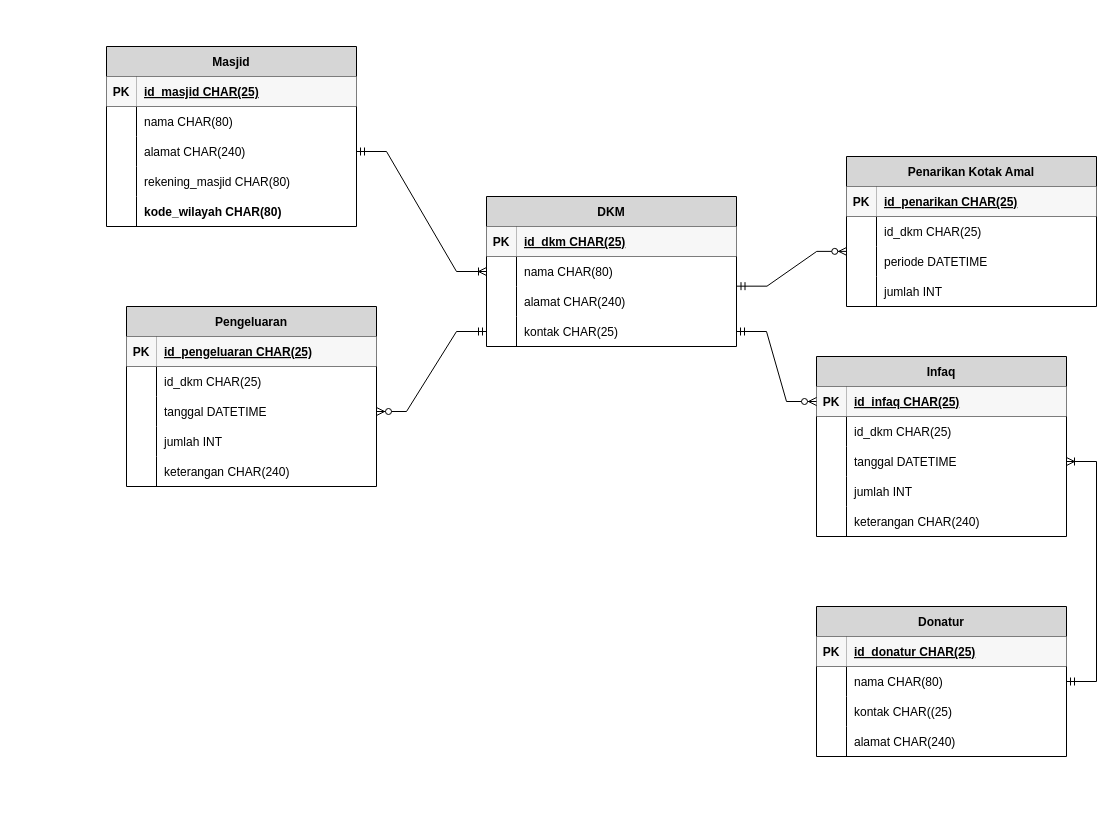
The draw.io diagram pertemuan3/ERD.drawio in rifkymaulana6/IF214002, before the edit. Source tidied: cells renumbered, new cells numbered last; positions are measured from the earlier drawing's top-left corner, leaving out a move shared by most shapes. Both pictures are drawn from the tidied source at 100%, with x=0, y=0 at pixel (106, 46).
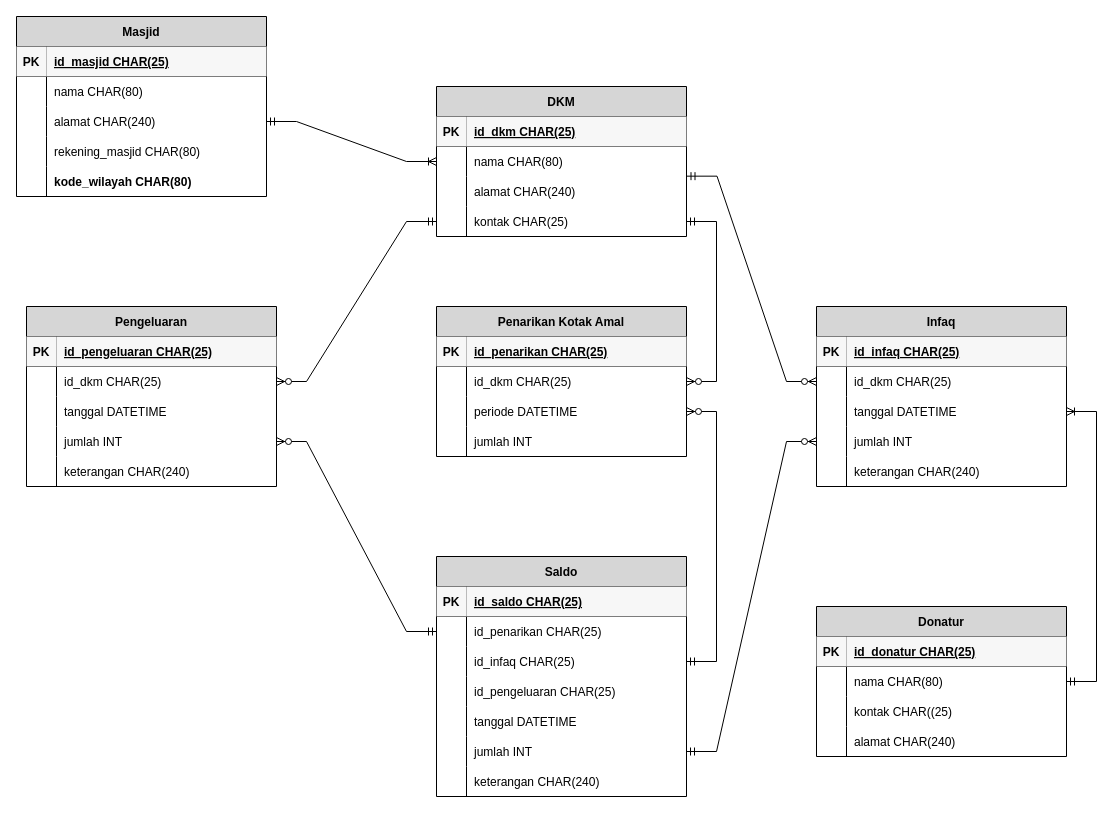
The same page after the edit.

Unchanged cells that the change refers to:
```xml
<mxCell id="25" style="shape=partialRectangle;fillColor=none;points=[[0,0.5],[1,0.5]];portConstraint=eastwest;top=0;left=0;right=0;bottom=0;" parent="18" vertex="1">
  <mxGeometry y="90" width="250" height="30" as="geometry" />
</mxCell>
<mxCell id="28" style="shape=partialRectangle;fillColor=none;points=[[0,0.5],[1,0.5]];portConstraint=eastwest;top=0;left=0;right=0;bottom=0;" parent="18" vertex="1">
  <mxGeometry y="120" width="250" height="30" as="geometry" />
</mxCell>
<mxCell id="36" style="shape=partialRectangle;fillColor=none;points=[[0,0.5],[1,0.5]];portConstraint=eastwest;top=0;left=0;right=0;bottom=0;" parent="32" vertex="1">
  <mxGeometry y="60" width="250" height="30" as="geometry" />
</mxCell>
<mxCell id="39" style="shape=partialRectangle;fillColor=none;points=[[0,0.5],[1,0.5]];portConstraint=eastwest;top=0;left=0;right=0;bottom=0;" parent="32" vertex="1">
  <mxGeometry y="90" width="250" height="30" as="geometry" />
</mxCell>
<mxCell id="47" style="shape=partialRectangle;fillColor=none;points=[[0,0.5],[1,0.5]];portConstraint=eastwest;top=0;left=0;right=0;bottom=1;" parent="46" vertex="1">
  <mxGeometry y="30" width="250" height="30" as="geometry" />
</mxCell>
<mxCell id="50" style="shape=partialRectangle;fillColor=none;points=[[0,0.5],[1,0.5]];portConstraint=eastwest;top=0;left=0;right=0;bottom=0;" parent="46" vertex="1">
  <mxGeometry y="60" width="250" height="30" as="geometry" />
</mxCell>
<mxCell id="56" style="shape=partialRectangle;fillColor=none;points=[[0,0.5],[1,0.5]];portConstraint=eastwest;top=0;left=0;right=0;bottom=0;" parent="46" vertex="1">
  <mxGeometry y="120" width="250" height="30" as="geometry" />
</mxCell>
<mxCell id="81" style="shape=partialRectangle;fillColor=none;points=[[0,0.5],[1,0.5]];portConstraint=eastwest;top=0;left=0;right=0;bottom=0;" parent="77" vertex="1">
  <mxGeometry y="60" width="250" height="30" as="geometry" />
</mxCell>
<mxCell id="84" style="shape=partialRectangle;fillColor=none;points=[[0,0.5],[1,0.5]];portConstraint=eastwest;top=0;left=0;right=0;bottom=0;" parent="77" vertex="1">
  <mxGeometry y="90" width="250" height="30" as="geometry" />
</mxCell>
<mxCell id="87" style="shape=partialRectangle;fillColor=none;points=[[0,0.5],[1,0.5]];portConstraint=eastwest;top=0;left=0;right=0;bottom=0;" parent="77" vertex="1">
  <mxGeometry y="120" width="250" height="30" as="geometry" />
</mxCell>
```

What changed in the source:
```diff
@@
     <mxCell id="2" value="Masjid" style="shape=table;startSize=30;childLayout=tableLayout;rowLines=0;fontStyle=1;align=center;fillColor=#D6D6D6;" parent="1" vertex="1">
-      <mxGeometry width="250" height="180" as="geometry" />
+      <mxGeometry x="-90" y="-30" width="250" height="180" as="geometry" />
     </mxCell>
@@
     <mxCell id="18" value="DKM" style="shape=table;startSize=30;childLayout=tableLayout;rowLines=0;fontStyle=1;align=center;fillColor=#D6D6D6;" parent="1" vertex="1">
-      <mxGeometry x="380" y="150" width="250" height="150" as="geometry" />
+      <mxGeometry x="330" y="40" width="250" height="150" as="geometry" />
     </mxCell>
@@
     <mxCell id="32" value="Penarikan Kotak Amal" style="shape=table;startSize=30;childLayout=tableLayout;rowLines=0;fontStyle=1;align=center;fillColor=#D6D6D6;" parent="1" vertex="1">
-      <mxGeometry x="740" y="110" width="250" height="150" as="geometry" />
+      <mxGeometry x="330" y="260" width="250" height="150" as="geometry" />
     </mxCell>
@@
-    <mxCell id="45" style="edgeStyle=entityRelationEdgeStyle;fontSize=12;html=1;endArrow=ERzeroToMany;startArrow=ERmandOne;rounded=0;entryX=0.001;entryY=1.163;entryDx=0;entryDy=0;entryPerimeter=0;exitX=1.002;exitY=-0.011;exitDx=0;exitDy=0;exitPerimeter=0;" parent="1" edge="1" source="25" target="36">
+    <mxCell id="45" style="edgeStyle=entityRelationEdgeStyle;fontSize=12;html=1;endArrow=ERzeroToMany;startArrow=ERmandOne;rounded=0;exitX=1.002;exitY=-0.011;exitDx=0;exitDy=0;exitPerimeter=0;entryX=0;entryY=0.5;entryDx=0;entryDy=0;" parent="1" edge="1" source="25" target="50">
       <mxGeometry relative="1" as="geometry" />
     </mxCell>
     <mxCell id="46" value="Infaq" style="shape=table;startSize=30;childLayout=tableLayout;rowLines=0;fontStyle=1;align=center;fillColor=#D6D6D6;" parent="1" vertex="1">
-      <mxGeometry x="710" y="310" width="250" height="180" as="geometry" />
+      <mxGeometry x="710" y="260" width="250" height="180" as="geometry" />
     </mxCell>
@@
-    <mxCell id="62" style="edgeStyle=entityRelationEdgeStyle;fontSize=12;html=1;endArrow=ERzeroToMany;startArrow=ERmandOne;rounded=0;entryX=0;entryY=0.5;entryDx=0;entryDy=0;exitX=1;exitY=0.5;exitDx=0;exitDy=0;" parent="1" edge="1" source="28" target="47">
+    <mxCell id="62" style="edgeStyle=entityRelationEdgeStyle;fontSize=12;html=1;endArrow=ERzeroToMany;startArrow=ERmandOne;rounded=0;entryX=1;entryY=0.5;entryDx=0;entryDy=0;exitX=1;exitY=0.5;exitDx=0;exitDy=0;" parent="1" edge="1" source="28" target="36">
       <mxGeometry relative="1" as="geometry" />
     </mxCell>
@@
     <mxCell id="77" value="Pengeluaran" style="shape=table;startSize=30;childLayout=tableLayout;rowLines=0;fontStyle=1;align=center;fillColor=#D6D6D6;" parent="1" vertex="1">
-      <mxGeometry x="20" y="260" width="250" height="180" as="geometry" />
+      <mxGeometry x="-80" y="260" width="250" height="180" as="geometry" />
     </mxCell>
@@
-    <mxCell id="93" style="edgeStyle=entityRelationEdgeStyle;fontSize=12;html=1;endArrow=ERzeroToMany;startArrow=ERmandOne;rounded=0;entryX=1;entryY=0.5;entryDx=0;entryDy=0;exitX=0;exitY=0.5;exitDx=0;exitDy=0;" parent="1" edge="1" source="28" target="84">
+    <mxCell id="93" style="edgeStyle=entityRelationEdgeStyle;fontSize=12;html=1;endArrow=ERzeroToMany;startArrow=ERmandOne;rounded=0;entryX=1;entryY=0.5;entryDx=0;entryDy=0;exitX=0;exitY=0.5;exitDx=0;exitDy=0;" parent="1" edge="1" source="28" target="81">
       <mxGeometry relative="1" as="geometry" />
     </mxCell>
+    <mxCell id="94" value="Saldo" style="shape=table;startSize=30;childLayout=tableLayout;rowLines=0;fontStyle=1;align=center;fillColor=#D6D6D6;" parent="1" vertex="1">
+      <mxGeometry x="330" y="510" width="250" height="240" as="geometry" />
+    </mxCell>
+    <mxCell id="95" style="shape=partialRectangle;fillColor=none;top=0;left=0;right=0;bottom=1;" parent="94" vertex="1">
+      <mxGeometry y="30" width="250" height="30" as="geometry" />
+    </mxCell>
+    <mxCell id="96" value="PK" style="shape=partialRectangle;overflow=hidden;fillColor=#F7F7F7;top=0;left=0;bottom=0;right=0;fontStyle=1;strokeColor=#EDEDED;" parent="95" vertex="1">
+      <mxGeometry width="30" height="30" as="geometry" />
+    </mxCell>
+    <mxCell id="97" value="id_saldo CHAR(25)" style="shape=partialRectangle;overflow=hidden;fillColor=#F7F7F7;top=0;left=0;bottom=0;right=0;align=left;spacingLeft=6;fontStyle=5;strokeColor=#EDEDED;" parent="95" vertex="1">
+      <mxGeometry x="30" width="220" height="30" as="geometry" />
+    </mxCell>
+    <mxCell id="98" style="shape=partialRectangle;fillColor=none;points=[[0,0.5],[1,0.5]];portConstraint=eastwest;top=0;left=0;right=0;bottom=0;" parent="94" vertex="1">
+      <mxGeometry y="60" width="250" height="30" as="geometry" />
+    </mxCell>
+    <mxCell id="99" style="shape=partialRectangle;overflow=hidden;fillColor=none;top=0;left=0;bottom=0;right=0;" parent="98" vertex="1">
+      <mxGeometry width="30" height="30" as="geometry" />
+    </mxCell>
+    <mxCell id="100" value="id_penarikan CHAR(25)" style="shape=partialRectangle;overflow=hidden;fillColor=none;top=0;left=0;bottom=0;right=0;align=left;spacingLeft=6;" parent="98" vertex="1">
+      <mxGeometry x="30" width="220" height="30" as="geometry" />
+    </mxCell>
+    <mxCell id="101" style="shape=partialRectangle;fillColor=none;points=[[0,0.5],[1,0.5]];portConstraint=eastwest;top=0;left=0;right=0;bottom=0;" parent="94" vertex="1">
+      <mxGeometry y="90" width="250" height="30" as="geometry" />
+    </mxCell>
+    <mxCell id="102" style="shape=partialRectangle;overflow=hidden;fillColor=none;top=0;left=0;bottom=0;right=0;" parent="101" vertex="1">
+      <mxGeometry width="30" height="30" as="geometry" />
+    </mxCell>
+    <mxCell id="103" value="id_infaq CHAR(25)" style="shape=partialRectangle;overflow=hidden;fillColor=none;top=0;left=0;bottom=0;right=0;align=left;spacingLeft=6;" parent="101" vertex="1">
+      <mxGeometry x="30" width="220" height="30" as="geometry" />
+    </mxCell>
+    <mxCell id="104" style="shape=partialRectangle;fillColor=none;top=0;left=0;right=0;bottom=0;" parent="94" vertex="1">
+      <mxGeometry y="120" width="250" height="30" as="geometry" />
+    </mxCell>
+    <mxCell id="105" style="shape=partialRectangle;overflow=hidden;fillColor=none;top=0;left=0;bottom=0;right=0;" parent="104" vertex="1">
+      <mxGeometry width="30" height="30" as="geometry" />
+    </mxCell>
+    <mxCell id="106" value="id_pengeluaran CHAR(25)" style="shape=partialRectangle;overflow=hidden;fillColor=none;top=0;left=0;bottom=0;right=0;align=left;spacingLeft=6;" parent="104" vertex="1">
+      <mxGeometry x="30" width="220" height="30" as="geometry" />
+    </mxCell>
+    <mxCell id="107" style="shape=partialRectangle;fillColor=none;top=0;left=0;right=0;bottom=0;" parent="94" vertex="1">
+      <mxGeometry y="150" width="250" height="30" as="geometry" />
+    </mxCell>
+    <mxCell id="108" style="shape=partialRectangle;overflow=hidden;fillColor=none;top=0;left=0;bottom=0;right=0;" parent="107" vertex="1">
+      <mxGeometry width="30" height="30" as="geometry" />
+    </mxCell>
+    <mxCell id="109" value="tanggal DATETIME" style="shape=partialRectangle;overflow=hidden;fillColor=none;top=0;left=0;bottom=0;right=0;align=left;spacingLeft=6;" parent="107" vertex="1">
+      <mxGeometry x="30" width="220" height="30" as="geometry" />
+    </mxCell>
+    <mxCell id="110" style="shape=partialRectangle;fillColor=none;points=[[0,0.5],[1,0.5]];portConstraint=eastwest;top=0;left=0;right=0;bottom=0;" parent="94" vertex="1">
+      <mxGeometry y="180" width="250" height="30" as="geometry" />
+    </mxCell>
+    <mxCell id="111" style="shape=partialRectangle;overflow=hidden;fillColor=none;top=0;left=0;bottom=0;right=0;" parent="110" vertex="1">
+      <mxGeometry width="30" height="30" as="geometry" />
+    </mxCell>
+    <mxCell id="112" value="jumlah INT" style="shape=partialRectangle;overflow=hidden;fillColor=none;top=0;left=0;bottom=0;right=0;align=left;spacingLeft=6;fontStyle=0;" parent="110" vertex="1">
+      <mxGeometry x="30" width="220" height="30" as="geometry" />
+    </mxCell>
+    <mxCell id="113" style="shape=partialRectangle;fillColor=none;top=0;left=0;right=0;bottom=0;" parent="94" vertex="1">
+      <mxGeometry y="210" width="250" height="30" as="geometry" />
+    </mxCell>
+    <mxCell id="114" style="shape=partialRectangle;overflow=hidden;fillColor=none;top=0;left=0;bottom=0;right=0;" parent="113" vertex="1">
+      <mxGeometry width="30" height="30" as="geometry" />
+    </mxCell>
+    <mxCell id="115" value="keterangan CHAR(240)" style="shape=partialRectangle;overflow=hidden;fillColor=none;top=0;left=0;bottom=0;right=0;align=left;spacingLeft=6;fontStyle=0;" parent="113" vertex="1">
+      <mxGeometry x="30" width="220" height="30" as="geometry" />
+    </mxCell>
+    <mxCell id="116" style="edgeStyle=entityRelationEdgeStyle;fontSize=12;html=1;endArrow=ERzeroToMany;startArrow=ERmandOne;rounded=0;exitX=0;exitY=0.5;exitDx=0;exitDy=0;entryX=1;entryY=0.5;entryDx=0;entryDy=0;" parent="1" edge="1" source="98" target="87">
+      <mxGeometry relative="1" as="geometry" />
+    </mxCell>
+    <mxCell id="117" style="edgeStyle=entityRelationEdgeStyle;fontSize=12;html=1;endArrow=ERzeroToMany;startArrow=ERmandOne;rounded=0;exitX=1;exitY=0.5;exitDx=0;exitDy=0;entryX=0;entryY=0.5;entryDx=0;entryDy=0;" parent="1" edge="1" source="110" target="56">
+      <mxGeometry relative="1" as="geometry" />
+    </mxCell>
+    <mxCell id="118" style="edgeStyle=entityRelationEdgeStyle;fontSize=12;html=1;endArrow=ERzeroToMany;startArrow=ERmandOne;rounded=0;exitX=1;exitY=0.5;exitDx=0;exitDy=0;entryX=1;entryY=0.5;entryDx=0;entryDy=0;" parent="1" edge="1" source="101" target="39">
+      <mxGeometry relative="1" as="geometry" />
+    </mxCell>
```
